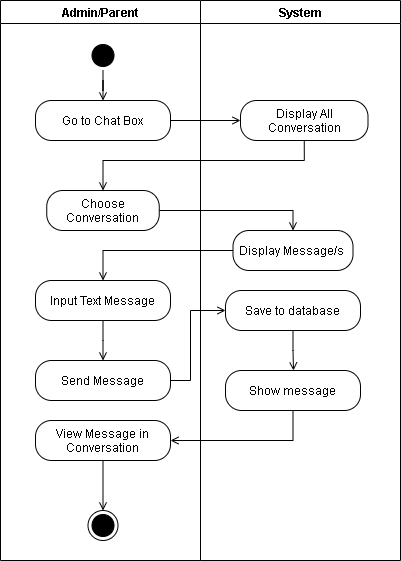
The draw.io diagram REVISIONS/UML-DIAGRAMS/6-28-2021/ACTIVITY DIAGRAM/28-Send Text Message.png in mrklglsn/CAPSTONE-FILES, before a commit. Source tidied: cells renumbered, new cells last; positions are measured from the earlier drawing's top-left corner, leaving out a move shared by most shapes.
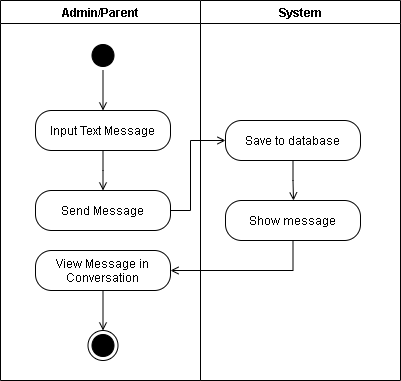
The same file after the commit.

Change to the diagram source:
```diff
@@ -3,31 +3,25 @@
     <mxCell id="0" />
     <mxCell id="1" parent="0" />
     <mxCell id="2" value="Admin/Parent" style="swimlane;" parent="1" vertex="1">
-      <mxGeometry width="200" height="560" as="geometry" />
+      <mxGeometry width="200" height="380" as="geometry" />
     </mxCell>
-    <mxCell id="3" value="Go to Chat Box" style="rounded=1;whiteSpace=wrap;html=1;arcSize=40;" parent="2" vertex="1">
-      <mxGeometry x="35" y="100" width="135" height="40" as="geometry" />
-    </mxCell>
-    <mxCell id="4" style="edgeStyle=orthogonalEdgeStyle;rounded=0;jettySize=auto;html=1;endArrow=open;endFill=0;entryX=0.5;entryY=0;entryDx=0;entryDy=0;" parent="2" edge="1" source="5" target="3">
+    <mxCell id="4" style="edgeStyle=orthogonalEdgeStyle;rounded=0;jettySize=auto;html=1;endArrow=open;endFill=0;entryX=0.5;entryY=0;entryDx=0;entryDy=0;" parent="2" edge="1" source="5" target="7">
       <mxGeometry relative="1" as="geometry" />
     </mxCell>
     <mxCell id="5" style="ellipse;html=1;shape=startState;fillColor=#000000;" parent="2" vertex="1">
       <mxGeometry x="87.5" y="40" width="30" height="30" as="geometry" />
     </mxCell>
-    <mxCell id="6" value="Choose Conversation" style="rounded=1;whiteSpace=wrap;html=1;arcSize=40;" parent="2" vertex="1">
-      <mxGeometry x="46.2" y="190" width="112.5" height="40" as="geometry" />
-    </mxCell>
     <mxCell id="7" value="Input Text Message" style="rounded=1;whiteSpace=wrap;html=1;arcSize=40;" parent="2" vertex="1">
-      <mxGeometry x="35" y="280" width="135" height="40" as="geometry" />
+      <mxGeometry x="35" y="110" width="135" height="40" as="geometry" />
     </mxCell>
     <mxCell id="8" value="Send Message" style="rounded=1;whiteSpace=wrap;html=1;arcSize=40;" parent="2" vertex="1">
-      <mxGeometry x="35" y="360" width="135" height="40" as="geometry" />
+      <mxGeometry x="35" y="190" width="135" height="40" as="geometry" />
     </mxCell>
     <mxCell id="9" style="edgeStyle=orthogonalEdgeStyle;rounded=0;jettySize=auto;html=1;entryX=0.5;entryY=0;entryDx=0;entryDy=0;endArrow=open;endFill=0;exitX=0.5;exitY=1;exitDx=0;exitDy=0;" parent="2" edge="1" source="7" target="8">
       <mxGeometry relative="1" as="geometry">
         <Array as="points">
-          <mxPoint x="103" y="340" />
-          <mxPoint x="103" y="340" />
+          <mxPoint x="103" y="170" />
+          <mxPoint x="103" y="170" />
         </Array>
       </mxGeometry>
     </mxCell>
@@ -35,54 +29,31 @@
       <mxGeometry relative="1" as="geometry" />
     </mxCell>
     <mxCell id="11" value="View Message in Conversation" style="rounded=1;whiteSpace=wrap;html=1;arcSize=40;" parent="2" vertex="1">
-      <mxGeometry x="35" y="420" width="135" height="40" as="geometry" />
+      <mxGeometry x="35" y="250" width="135" height="40" as="geometry" />
     </mxCell>
     <mxCell id="12" style="ellipse;html=1;shape=endState;fillColor=#000000;rounded=1;" parent="2" vertex="1">
-      <mxGeometry x="87.5" y="510" width="30" height="30" as="geometry" />
+      <mxGeometry x="87.5" y="330" width="30" height="30" as="geometry" />
     </mxCell>
     <mxCell id="13" value="System" style="swimlane;" parent="1" vertex="1">
-      <mxGeometry x="200" width="200" height="560" as="geometry" />
+      <mxGeometry x="200" width="200" height="380" as="geometry" />
     </mxCell>
-    <mxCell id="14" value="Display All Conversation" style="rounded=1;whiteSpace=wrap;html=1;arcSize=40;" parent="13" vertex="1">
-      <mxGeometry x="40" y="100" width="127.5" height="40" as="geometry" />
-    </mxCell>
     <mxCell id="15" value="Save to database" style="rounded=1;whiteSpace=wrap;html=1;arcSize=40;" parent="13" vertex="1">
-      <mxGeometry x="25" y="290" width="135" height="40" as="geometry" />
+      <mxGeometry x="25" y="120" width="135" height="40" as="geometry" />
     </mxCell>
-    <mxCell id="16" value="Display Message/s&amp;nbsp;" style="rounded=1;whiteSpace=wrap;html=1;arcSize=40;" parent="13" vertex="1">
-      <mxGeometry x="32.5" y="230" width="120" height="40" as="geometry" />
-    </mxCell>
     <mxCell id="17" value="Show message" style="rounded=1;whiteSpace=wrap;html=1;arcSize=40;" parent="13" vertex="1">
-      <mxGeometry x="25" y="370" width="135" height="40" as="geometry" />
+      <mxGeometry x="25" y="200" width="135" height="40" as="geometry" />
     </mxCell>
-    <mxCell id="18" style="edgeStyle=orthogonalEdgeStyle;rounded=0;jettySize=auto;html=1;entryX=0;entryY=0.5;entryDx=0;entryDy=0;endArrow=open;endFill=0;" parent="1" edge="1" source="3" target="14">
-      <mxGeometry relative="1" as="geometry" />
-    </mxCell>
     <mxCell id="19" style="edgeStyle=orthogonalEdgeStyle;rounded=0;jettySize=auto;html=1;entryX=0;entryY=0.5;entryDx=0;entryDy=0;endArrow=open;endFill=0;" parent="1" edge="1" source="8" target="15">
       <mxGeometry relative="1" as="geometry">
         <Array as="points">
-          <mxPoint x="190" y="380" />
-          <mxPoint x="190" y="310" />
+          <mxPoint x="190" y="210" />
+          <mxPoint x="190" y="140" />
         </Array>
       </mxGeometry>
     </mxCell>
-    <mxCell id="20" style="edgeStyle=orthogonalEdgeStyle;rounded=0;jettySize=auto;html=1;entryX=0.5;entryY=0;entryDx=0;entryDy=0;exitX=0.5;exitY=1;exitDx=0;exitDy=0;endArrow=open;endFill=0;" parent="1" edge="1" source="14" target="6">
-      <mxGeometry relative="1" as="geometry">
-        <Array as="points">
-          <mxPoint x="304" y="160" />
-          <mxPoint x="103" y="160" />
-        </Array>
-      </mxGeometry>
-    </mxCell>
-    <mxCell id="21" style="edgeStyle=orthogonalEdgeStyle;rounded=0;jettySize=auto;html=1;entryX=0.5;entryY=0;entryDx=0;entryDy=0;endArrow=open;endFill=0;" parent="1" edge="1" source="6" target="16">
-      <mxGeometry relative="1" as="geometry" />
-    </mxCell>
-    <mxCell id="22" style="edgeStyle=orthogonalEdgeStyle;rounded=0;jettySize=auto;html=1;entryX=0.5;entryY=0;entryDx=0;entryDy=0;endArrow=open;endFill=0;" parent="1" edge="1" source="16" target="7">
-      <mxGeometry relative="1" as="geometry" />
-    </mxCell>
     <mxCell id="23" style="edgeStyle=orthogonalEdgeStyle;rounded=0;jettySize=auto;html=1;exitX=0.5;exitY=1;exitDx=0;exitDy=0;endArrow=open;endFill=0;" parent="1" edge="1" source="15">
       <mxGeometry relative="1" as="geometry">
-        <mxPoint x="293" y="370" as="targetPoint" />
+        <mxPoint x="293" y="200" as="targetPoint" />
       </mxGeometry>
     </mxCell>
     <mxCell id="24" style="edgeStyle=orthogonalEdgeStyle;rounded=0;jettySize=auto;html=1;exitX=0.5;exitY=1;exitDx=0;exitDy=0;endArrow=open;endFill=0;entryX=1;entryY=0.5;entryDx=0;entryDy=0;" parent="1" edge="1" source="17" target="11">
```
